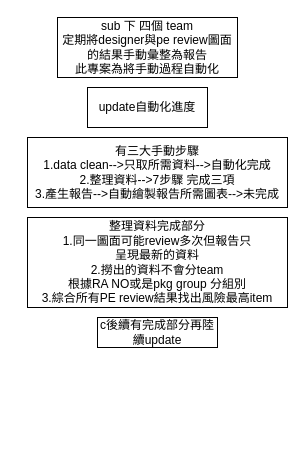
Before: 0409.drawio in adrianwu0131/test-repo, a draw.io diagram. Source tidied: cells renumbered, new cells numbered last; positions are measured from the earlier drawing's top-left corner, leaving out a move shared by most shapes. Both pictures are drawn from the tidied source at 100%, with x=0, y=0 at pixel (27, 17).
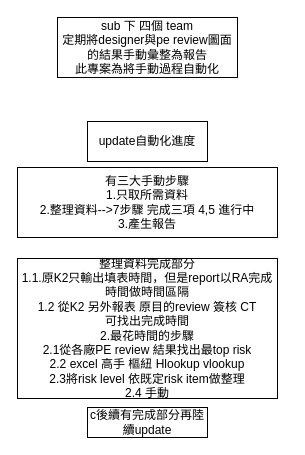
The same page after the edit.

The edit, as a diff of the source:
```diff
@@
 <mxGraphModel>
   <root>
     <mxCell id="0" />
     <mxCell id="1" parent="0" />
     <mxCell id="2" value="sub 下 四個 team&lt;br&gt;定期將designer與pe review圖面的結果手動彙整為報告&lt;br&gt;此專案為將手動過程自動化" style="rounded=0;whiteSpace=wrap;html=1;" parent="1" vertex="1">
       <mxGeometry x="30" width="180" height="60" as="geometry" />
     </mxCell>
     <mxCell id="3" value="update自動化進度" style="rounded=0;whiteSpace=wrap;html=1;" parent="1" vertex="1">
-      <mxGeometry x="60" y="70" width="120" height="40" as="geometry" />
+      <mxGeometry x="60" y="104" width="120" height="40" as="geometry" />
     </mxCell>
-    <mxCell id="4" value="有三大手動步驟&lt;br&gt;1.data clean--&amp;gt;只取所需資料--&amp;gt;自動化完成&lt;br&gt;2.整理資料--&amp;gt;7步驟 完成三項&lt;br&gt;3.產生報告--&amp;gt;自動繪製報告所需圖表--&amp;gt;未完成" style="rounded=0;whiteSpace=wrap;html=1;" parent="1" vertex="1">
-      <mxGeometry y="120" width="260" height="70" as="geometry" />
+    <mxCell id="4" value="有三大手動步驟&lt;br&gt;1.只取所需資料&lt;br&gt;2.整理資料--&amp;gt;7步驟 完成三項 4,5 進行中&lt;br&gt;3.產生報告" style="rounded=0;whiteSpace=wrap;html=1;" parent="1" vertex="1">
+      <mxGeometry x="-10" y="150" width="260" height="70" as="geometry" />
     </mxCell>
-    <mxCell id="5" value="整理資料完成部分&lt;br&gt;1.同一圖面可能review多次但報告只&lt;br&gt;呈現最新的資料&lt;br&gt;2.撈出的資料不會分team&lt;br&gt;根據RA NO或是pkg group 分組別&lt;br&gt;3.綜合所有PE review結果找出風險最高item" style="rounded=0;whiteSpace=wrap;html=1;" parent="1" vertex="1">
-      <mxGeometry y="200" width="260" height="90" as="geometry" />
+    <mxCell id="5" value="整理資料完成部分&lt;br&gt;1.1.原K2只輸出填表時間，但是report以RA完成時間做時間區隔&lt;br&gt;1.2 從K2 另外報表 原目的review 簽核 CT &lt;br&gt;可找出完成時間&lt;br&gt;2.最花時間的步驟&lt;br&gt;2.1從各廠PE review 結果找出最top risk&lt;br&gt;2.2 excel 高手 樞紐 Hlookup vlookup&lt;br&gt;2.3將risk level 依既定risk item做整理&lt;br&gt;2.4 手動" style="rounded=0;whiteSpace=wrap;html=1;" parent="1" vertex="1">
+      <mxGeometry x="-10" y="241" width="260" height="140" as="geometry" />
     </mxCell>
     <mxCell id="6" value="c後續有完成部分再陸續update" style="rounded=0;whiteSpace=wrap;html=1;" parent="1" vertex="1">
-      <mxGeometry x="70" y="300" width="120" height="30" as="geometry" />
+      <mxGeometry x="60" y="390" width="120" height="30" as="geometry" />
     </mxCell>
   </root>
 </mxGraphModel>
```
